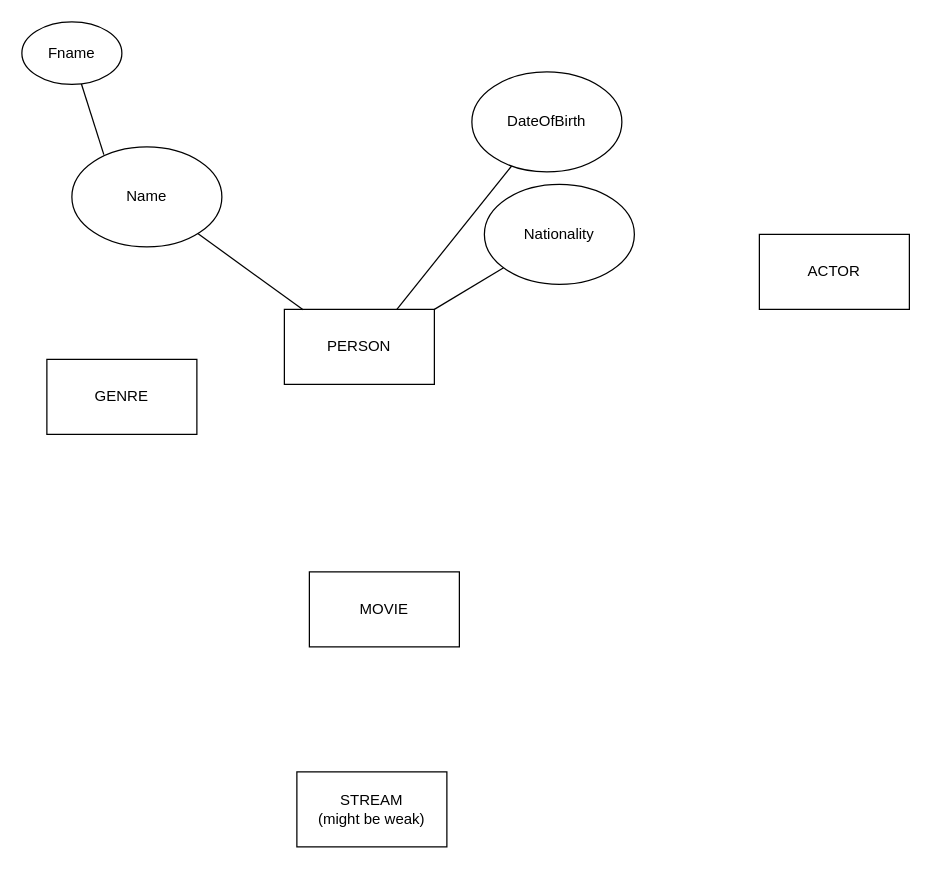
Above: MovieBaseEER.drawio in miguelTrC/MovieBaseDB (draw.io), before the change. Source tidied: cells renumbered, new cells numbered last; positions are measured from the earlier drawing's top-left corner, leaving out a move shared by most shapes. Both pictures are drawn from the tidied source at 125%, with x=0, y=0 at pixel (21, 21).
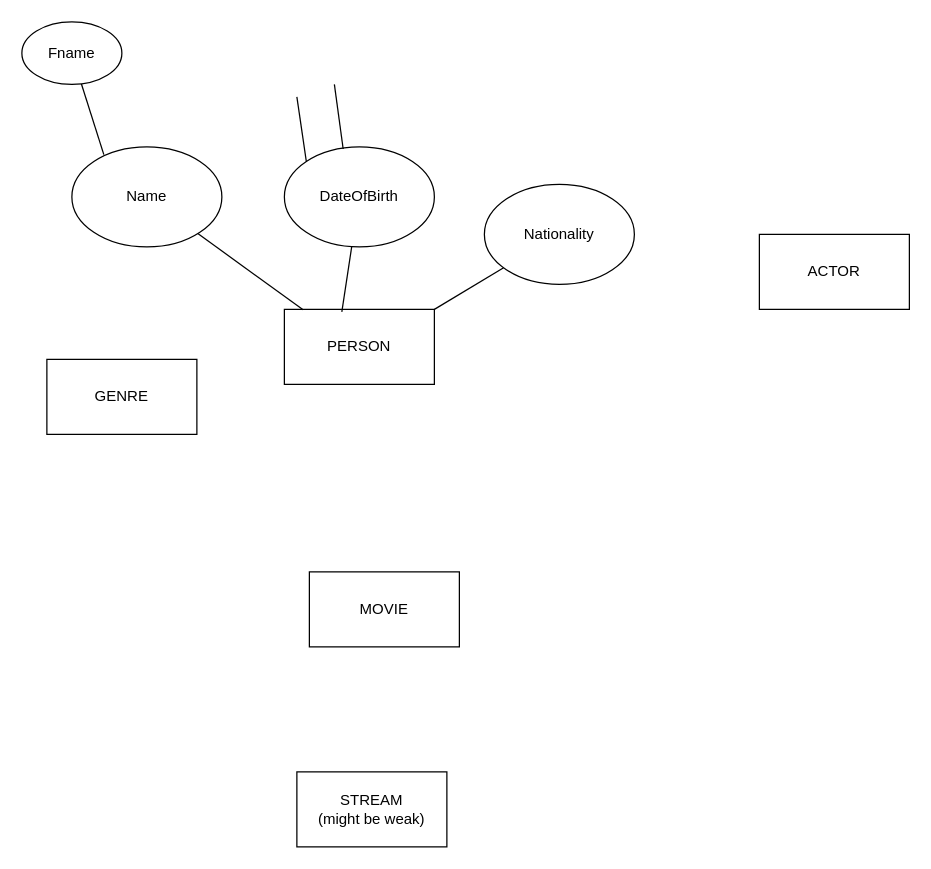
Above is the later version.

Commit message:
left off on adding the PERSON entity

Diff of the diagram source:
```diff
@@
 <mxGraphModel>
   <root>
     <mxCell id="0" />
     <mxCell id="1" parent="0" />
     <mxCell id="2" value="MOVIE" style="rounded=0;whiteSpace=wrap;html=1;" parent="1" vertex="1">
       <mxGeometry x="230" y="440" width="120" height="60" as="geometry" />
     </mxCell>
     <mxCell id="3" value="PERSON" style="rounded=0;whiteSpace=wrap;html=1;" parent="1" vertex="1">
       <mxGeometry x="210" y="230" width="120" height="60" as="geometry" />
     </mxCell>
     <mxCell id="4" value="ACTOR" style="rounded=0;whiteSpace=wrap;html=1;" parent="1" vertex="1">
       <mxGeometry x="590" y="170" width="120" height="60" as="geometry" />
     </mxCell>
     <mxCell id="5" value="GENRE" style="rounded=0;whiteSpace=wrap;html=1;" parent="1" vertex="1">
       <mxGeometry x="20" y="270" width="120" height="60" as="geometry" />
     </mxCell>
     <mxCell id="6" value="&lt;div&gt;STREAM&lt;/div&gt;&lt;div&gt;(might be weak)&lt;br&gt;&lt;/div&gt;" style="whiteSpace=wrap;html=1;" parent="1" vertex="1">
       <mxGeometry x="220" y="600" width="120" height="60" as="geometry" />
     </mxCell>
     <mxCell id="7" style="endArrow=none;html=1;rounded=0;fontSize=12;startSize=8;endSize=8;curved=1;exitX=0.125;exitY=0.006;exitDx=0;exitDy=0;exitPerimeter=0;" parent="1" edge="1" source="3" target="8">
       <mxGeometry relative="1" as="geometry" />
     </mxCell>
     <mxCell id="8" value="Name" style="ellipse;whiteSpace=wrap;html=1;" parent="1" vertex="1">
       <mxGeometry x="40" y="100" width="120" height="80" as="geometry" />
     </mxCell>
-    <mxCell id="9" style="endArrow=none;html=1;rounded=0;fontSize=12;startSize=8;endSize=8;curved=1;exitX=0.75;exitY=0;exitDx=0;exitDy=0;" parent="1" edge="1" source="3" target="10">
+    <mxCell id="9" style="endArrow=none;html=1;rounded=0;fontSize=12;startSize=8;endSize=8;curved=1;exitX=0.383;exitY=0.033;exitDx=0;exitDy=0;exitPerimeter=0;" parent="1" edge="1" source="3" target="10">
       <mxGeometry relative="1" as="geometry" />
     </mxCell>
     <mxCell id="10" value="DateOfBirth" style="ellipse;whiteSpace=wrap;html=1;" parent="1" vertex="1">
-      <mxGeometry x="360" y="40" width="120" height="80" as="geometry" />
+      <mxGeometry x="210" y="100" width="120" height="80" as="geometry" />
     </mxCell>
     <mxCell id="11" style="endArrow=none;html=1;rounded=0;fontSize=12;startSize=8;endSize=8;curved=1;" parent="1" edge="1" target="12">
       <mxGeometry relative="1" as="geometry">
         <mxPoint x="330" y="230" as="sourcePoint" />
       </mxGeometry>
     </mxCell>
     <mxCell id="12" value="Nationality" style="ellipse;whiteSpace=wrap;html=1;" parent="1" vertex="1">
       <mxGeometry x="370" y="130" width="120" height="80" as="geometry" />
     </mxCell>
     <mxCell id="13" style="endArrow=none;html=1;rounded=0;fontSize=12;startSize=8;endSize=8;curved=1;exitX=0.213;exitY=0.078;exitDx=0;exitDy=0;exitPerimeter=0;" parent="1" edge="1" source="8" target="14">
       <mxGeometry relative="1" as="geometry" />
     </mxCell>
     <mxCell id="14" value="Fname" style="ellipse;whiteSpace=wrap;html=1;" parent="1" vertex="1">
       <mxGeometry width="80" height="50" as="geometry" />
     </mxCell>
+    <mxCell id="15" style="endArrow=none;html=1;rounded=0;fontSize=12;startSize=8;endSize=8;curved=1;exitX=0;exitY=0;exitDx=0;exitDy=0;" parent="1" edge="1" source="10">
+      <mxGeometry relative="1" as="geometry">
+        <mxPoint x="220" y="60" as="targetPoint" />
+      </mxGeometry>
+    </mxCell>
+    <mxCell id="16" style="endArrow=none;html=1;rounded=0;fontSize=12;startSize=8;endSize=8;curved=1;exitX=0.392;exitY=0.021;exitDx=0;exitDy=0;exitPerimeter=0;" parent="1" edge="1" source="10">
+      <mxGeometry relative="1" as="geometry">
+        <mxPoint x="250" y="50" as="targetPoint" />
+      </mxGeometry>
+    </mxCell>
   </root>
 </mxGraphModel>
```
